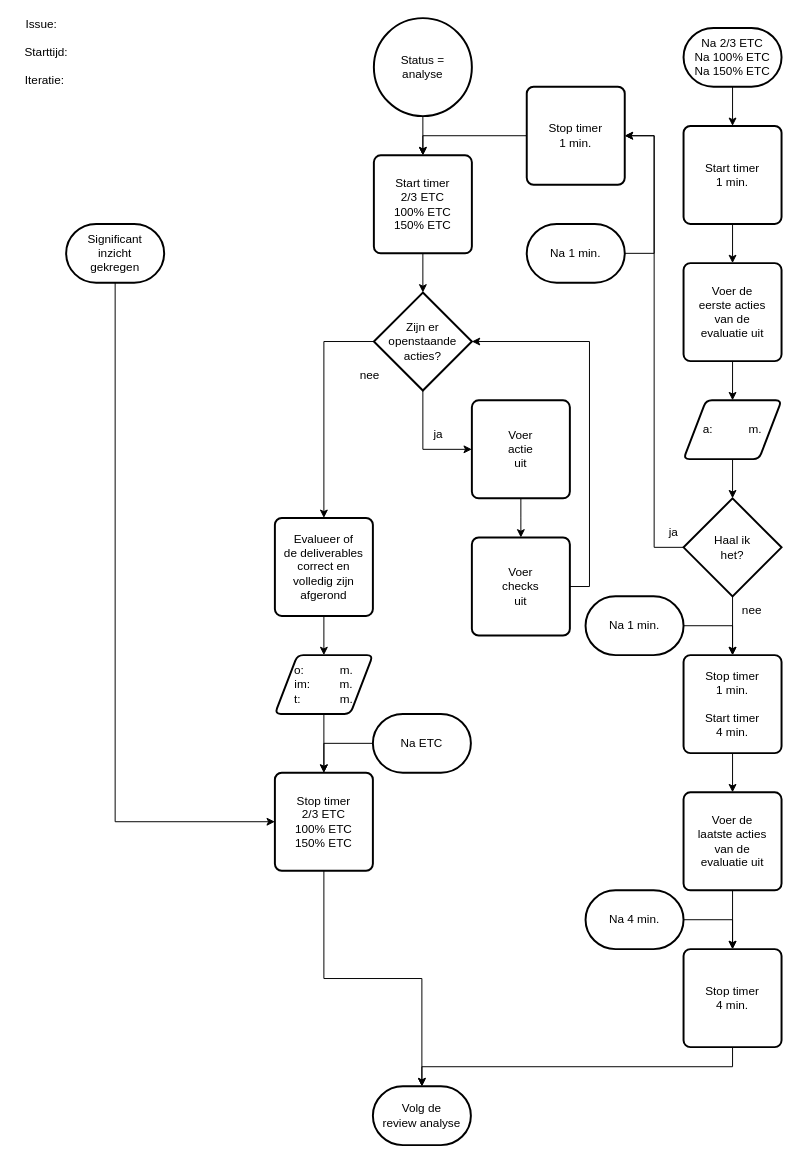
Earlier version of the draw.io diagram 3 Issue Tracker analyse.drawio (Zaibatsu89/IssueTracker). Source tidied: cells renumbered, new cells numbered last; positions are measured from the earlier drawing's top-left corner, leaving out a move shared by most shapes. Both pictures are drawn from the tidied source at 98%, with x=0, y=0 at pixel (17, 18).
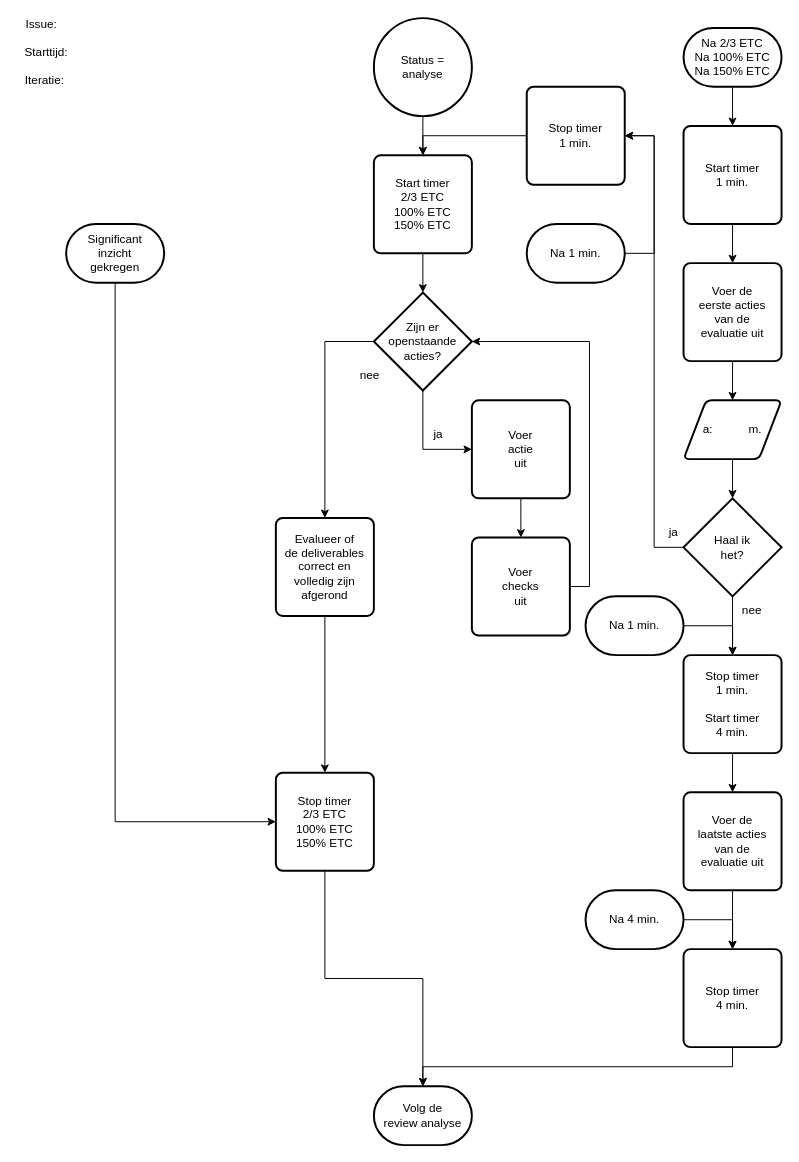
Above is the later version.

Change to the diagram source:
```diff
@@
-    <mxCell id="5" style="edgeStyle=orthogonalEdgeStyle;rounded=0;jettySize=auto;html=1;" parent="1" edge="1" source="6" target="47">
-      <mxGeometry relative="1" as="geometry" />
-    </mxCell>
     <mxCell id="6" value="Evalueer of&lt;br&gt;de deliverables&lt;br&gt;correct en&lt;br&gt;volledig zijn&lt;br&gt;afgerond" style="rounded=1;whiteSpace=wrap;html=1;absoluteArcSize=1;arcSize=14;strokeWidth=2;" parent="1" vertex="1">
-      <mxGeometry x="263" y="510" width="100" height="100" as="geometry" />
+      <mxGeometry x="264" y="510" width="100" height="100" as="geometry" />
     </mxCell>
     <mxCell id="7" value="Volg de&lt;br&gt;review analyse" style="strokeWidth=2;html=1;shape=mxgraph.flowchart.terminator;whiteSpace=wrap;" parent="1" vertex="1">
-      <mxGeometry x="363" y="1090" width="100" height="60" as="geometry" />
+      <mxGeometry x="364" y="1090" width="100" height="60" as="geometry" />
     </mxCell>
@@
     <mxCell id="43" value="Stop timer&lt;br&gt;&lt;div&gt;2/3 ETC&lt;br&gt;100% ETC&lt;br&gt;150% ETC&lt;/div&gt;" style="rounded=1;whiteSpace=wrap;html=1;absoluteArcSize=1;arcSize=14;strokeWidth=2;" parent="1" vertex="1">
-      <mxGeometry x="263" y="770" width="100" height="100" as="geometry" />
+      <mxGeometry x="264" y="770" width="100" height="100" as="geometry" />
     </mxCell>
-    <mxCell id="44" style="edgeStyle=orthogonalEdgeStyle;rounded=0;jettySize=auto;html=1;exitX=0;exitY=0.5;exitDx=0;exitDy=0;exitPerimeter=0;entryX=0.5;entryY=0;entryDx=0;entryDy=0;" parent="1" edge="1" source="45" target="43">
-      <mxGeometry relative="1" as="geometry" />
-    </mxCell>
-    <mxCell id="45" value="Na ETC" style="strokeWidth=2;html=1;shape=mxgraph.flowchart.terminator;whiteSpace=wrap;" parent="1" vertex="1">
-      <mxGeometry x="363" y="710" width="100" height="60" as="geometry" />
-    </mxCell>
-    <mxCell id="46" style="edgeStyle=orthogonalEdgeStyle;rounded=0;jettySize=auto;html=1;" parent="1" edge="1" source="47" target="43">
+    <mxCell id="46" style="edgeStyle=orthogonalEdgeStyle;rounded=0;jettySize=auto;html=1;exitX=0.5;exitY=1;exitDx=0;exitDy=0;" parent="1" edge="1" source="6" target="43">
       <mxGeometry relative="1" as="geometry" />
     </mxCell>
-    <mxCell id="47" value="o:&amp;nbsp; &amp;nbsp; &amp;nbsp; &amp;nbsp; &amp;nbsp; &amp;nbsp;m.&lt;br&gt;im:&amp;nbsp; &amp;nbsp; &amp;nbsp; &amp;nbsp; &amp;nbsp;m.&lt;br&gt;t:&amp;nbsp; &amp;nbsp; &amp;nbsp; &amp;nbsp; &amp;nbsp; &amp;nbsp; m." style="shape=parallelogram;html=1;strokeWidth=2;perimeter=parallelogramPerimeter;whiteSpace=wrap;rounded=1;arcSize=12;size=0.23;" parent="1" vertex="1">
-      <mxGeometry x="263" y="650" width="100" height="60" as="geometry" />
-    </mxCell>
```
